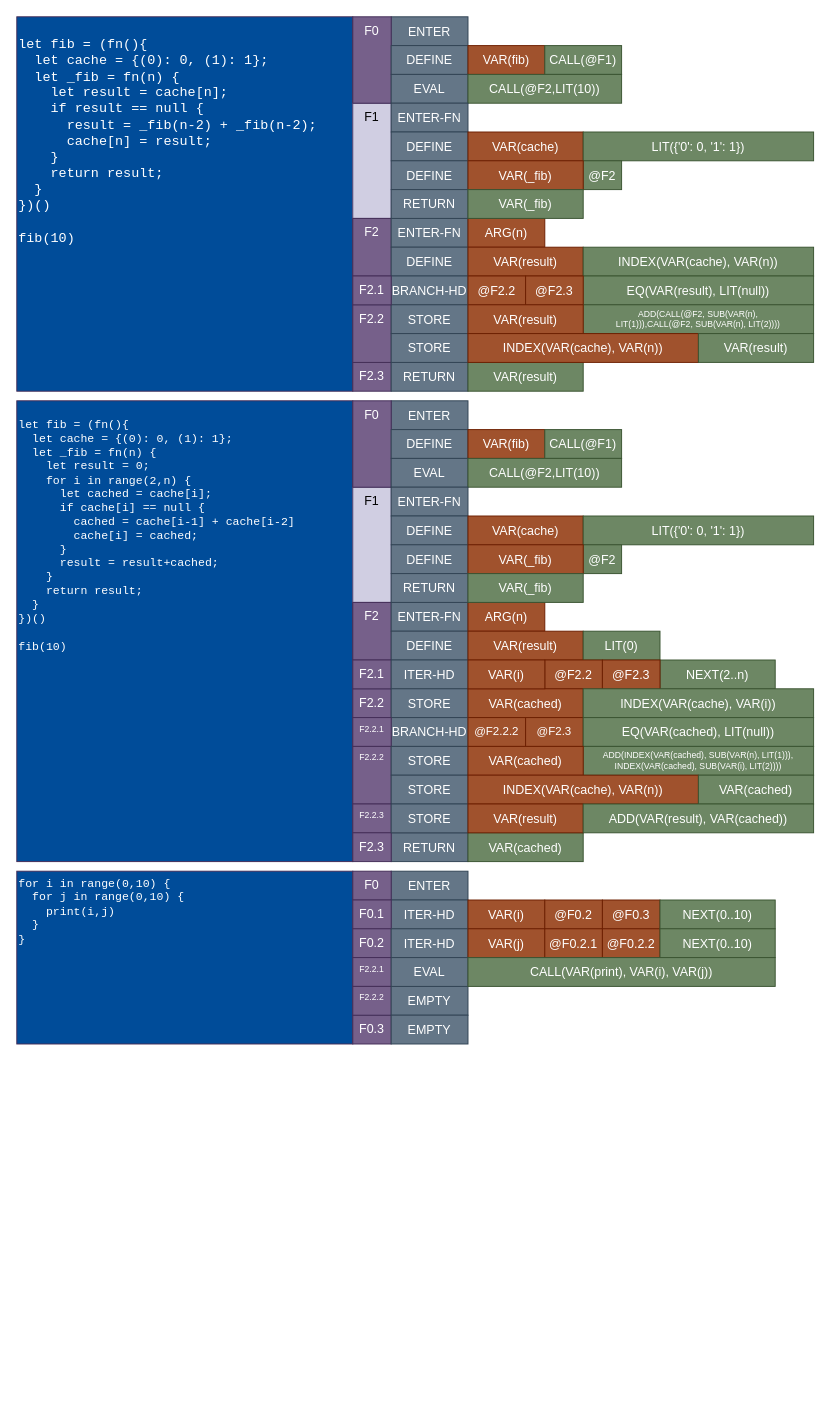
Earlier version of the draw.io diagram Untitled Diagram.drawio (mccolljr/lx). Source tidied: cells renumbered, new cells numbered last; positions are measured from the earlier drawing's top-left corner, leaving out a move shared by most shapes. Both pictures are drawn from the tidied source at 96%, with x=0, y=0 at pixel (16, 16).
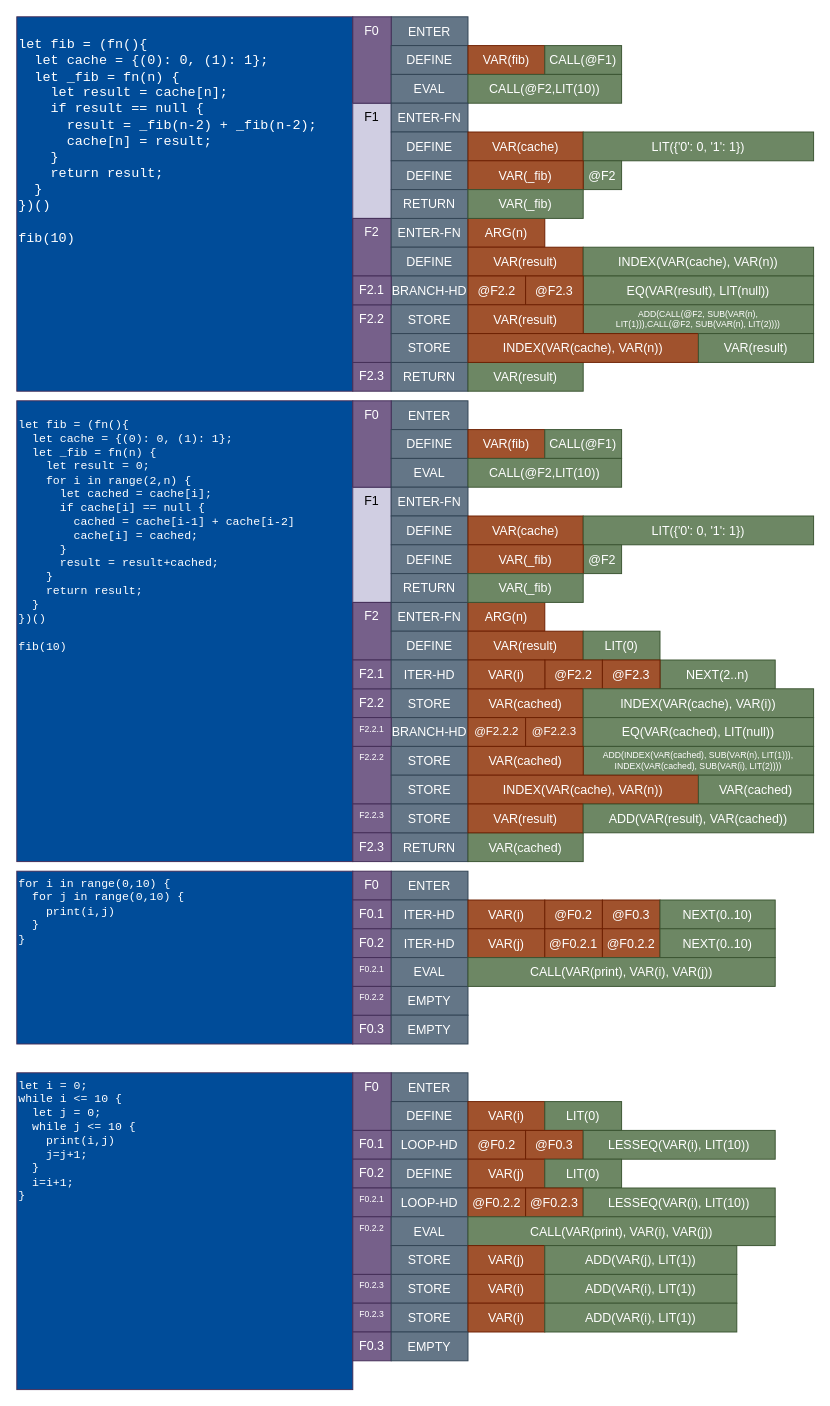
The same page after the edit.

The edit, as a diff of the source:
```diff
@@
-    <mxCell id="78" value="@F2.3" style="rounded=0;whiteSpace=wrap;html=1;labelBackgroundColor=none;fontFamily=Fira Code;fontSize=12;fillColor=#a0522d;strokeColor=#6D1F00;fontColor=#ffffff;" parent="1" vertex="1">
+    <mxCell id="78" value="@F2.2.3" style="rounded=0;whiteSpace=wrap;html=1;labelBackgroundColor=none;fontFamily=Fira Code;fontSize=12;fillColor=#a0522d;strokeColor=#6D1F00;fontColor=#ffffff;" parent="1" vertex="1">
       <mxGeometry x="530" y="730" width="60" height="30" as="geometry" />
     </mxCell>
@@
-    <mxCell id="108" value="F2.2.1" style="rounded=0;whiteSpace=wrap;html=1;labelBackgroundColor=none;fontFamily=Fira Code;fontSize=9;fillColor=#76608a;strokeColor=#432D57;fontColor=#ffffff;verticalAlign=top;" parent="1" vertex="1">
+    <mxCell id="108" value="F0.2.1" style="rounded=0;whiteSpace=wrap;html=1;labelBackgroundColor=none;fontFamily=Fira Code;fontSize=9;fillColor=#76608a;strokeColor=#432D57;fontColor=#ffffff;verticalAlign=top;" parent="1" vertex="1">
       <mxGeometry x="350" y="980" width="40" height="30" as="geometry" />
     </mxCell>
-    <mxCell id="109" value="F2.2.2" style="rounded=0;whiteSpace=wrap;html=1;labelBackgroundColor=none;fontFamily=Fira Code;fontSize=9;fillColor=#76608a;strokeColor=#432D57;fontColor=#ffffff;verticalAlign=top;" parent="1" vertex="1">
+    <mxCell id="109" value="F0.2.2" style="rounded=0;whiteSpace=wrap;html=1;labelBackgroundColor=none;fontFamily=Fira Code;fontSize=9;fillColor=#76608a;strokeColor=#432D57;fontColor=#ffffff;verticalAlign=top;" parent="1" vertex="1">
       <mxGeometry x="350" y="1010" width="40" height="30" as="geometry" />
     </mxCell>
@@
+    <mxCell id="116" value="&lt;div&gt;let i = 0;&lt;/div&gt;&lt;div&gt;while i &amp;lt;= 10 {&lt;/div&gt;&lt;div&gt;&amp;nbsp; let j = 0;&lt;/div&gt;&lt;div&gt;&amp;nbsp; while j &amp;lt;= 10 {&lt;/div&gt;&lt;div&gt;&amp;nbsp;&amp;nbsp;&amp;nbsp; print(i,j)&lt;/div&gt;&lt;div&gt;&amp;nbsp;&amp;nbsp;&amp;nbsp; j=j+1;&lt;/div&gt;&lt;div&gt;&amp;nbsp; }&lt;/div&gt;&lt;div&gt;&amp;nbsp; i=i+1;&lt;/div&gt;&lt;div&gt;}&lt;br&gt;&lt;/div&gt;" style="rounded=0;whiteSpace=wrap;html=1;fontFamily=Courier New;labelBackgroundColor=none;strokeColor=#432D57;align=left;verticalAlign=top;fontSize=12;fontColor=#ffffff;glass=0;sketch=0;shadow=0;fillColor=#004C99;" parent="1" vertex="1">
+      <mxGeometry y="1100" width="350" height="330" as="geometry" />
+    </mxCell>
+    <mxCell id="117" value="ENTER" style="rounded=0;whiteSpace=wrap;html=1;labelBackgroundColor=none;fontFamily=Fira Code;fontSize=13;fillColor=#647687;strokeColor=#314354;fontColor=#ffffff;" parent="1" vertex="1">
+      <mxGeometry x="390" y="1100" width="80" height="30" as="geometry" />
+    </mxCell>
+    <mxCell id="118" value="F0" style="rounded=0;whiteSpace=wrap;html=1;labelBackgroundColor=none;fontFamily=Fira Code;fontSize=13;fillColor=#76608a;strokeColor=#432D57;fontColor=#ffffff;verticalAlign=top;" parent="1" vertex="1">
+      <mxGeometry x="350" y="1100" width="40" height="60" as="geometry" />
+    </mxCell>
+    <mxCell id="119" value="DEFINE" style="rounded=0;whiteSpace=wrap;html=1;labelBackgroundColor=none;fontFamily=Fira Code;fontSize=13;fillColor=#647687;strokeColor=#314354;fontColor=#ffffff;" parent="1" vertex="1">
+      <mxGeometry x="390" y="1130" width="80" height="30" as="geometry" />
+    </mxCell>
+    <mxCell id="120" value="VAR(i)" style="rounded=0;whiteSpace=wrap;html=1;labelBackgroundColor=none;fontFamily=Fira Code;fontSize=13;fillColor=#a0522d;strokeColor=#6D1F00;fontColor=#ffffff;" parent="1" vertex="1">
+      <mxGeometry x="470" y="1130" width="80" height="30" as="geometry" />
+    </mxCell>
+    <mxCell id="121" value="LIT(0)" style="rounded=0;whiteSpace=wrap;html=1;labelBackgroundColor=none;fontFamily=Fira Code;fontSize=13;fillColor=#6d8764;strokeColor=#3A5431;fontColor=#ffffff;" parent="1" vertex="1">
+      <mxGeometry x="550" y="1130" width="80" height="30" as="geometry" />
+    </mxCell>
+    <mxCell id="122" value="LOOP-HD" style="rounded=0;whiteSpace=wrap;html=1;labelBackgroundColor=none;fontFamily=Fira Code;fontSize=13;fillColor=#647687;strokeColor=#314354;fontColor=#ffffff;" parent="1" vertex="1">
+      <mxGeometry x="390" y="1160" width="80" height="30" as="geometry" />
+    </mxCell>
+    <mxCell id="123" value="F0.1" style="rounded=0;whiteSpace=wrap;html=1;labelBackgroundColor=none;fontFamily=Fira Code;fontSize=13;fillColor=#76608a;strokeColor=#432D57;fontColor=#ffffff;verticalAlign=top;" parent="1" vertex="1">
+      <mxGeometry x="350" y="1160" width="40" height="30" as="geometry" />
+    </mxCell>
+    <mxCell id="124" value="@F0.2" style="rounded=0;whiteSpace=wrap;html=1;labelBackgroundColor=none;fontFamily=Fira Code;fontSize=13;fillColor=#a0522d;strokeColor=#6D1F00;fontColor=#ffffff;" parent="1" vertex="1">
+      <mxGeometry x="470" y="1160" width="60" height="30" as="geometry" />
+    </mxCell>
+    <mxCell id="125" value="@F0.3" style="rounded=0;whiteSpace=wrap;html=1;labelBackgroundColor=none;fontFamily=Fira Code;fontSize=13;fillColor=#a0522d;strokeColor=#6D1F00;fontColor=#ffffff;" parent="1" vertex="1">
+      <mxGeometry x="530" y="1160" width="60" height="30" as="geometry" />
+    </mxCell>
+    <mxCell id="126" value="LESSEQ(VAR(i), LIT(10))" style="rounded=0;whiteSpace=wrap;html=1;labelBackgroundColor=none;fontFamily=Fira Code;fontSize=13;fillColor=#6d8764;strokeColor=#3A5431;fontColor=#ffffff;" parent="1" vertex="1">
+      <mxGeometry x="590" y="1160" width="200" height="30" as="geometry" />
+    </mxCell>
+    <mxCell id="127" value="F0.2" style="rounded=0;whiteSpace=wrap;html=1;labelBackgroundColor=none;fontFamily=Fira Code;fontSize=13;fillColor=#76608a;strokeColor=#432D57;fontColor=#ffffff;verticalAlign=top;" parent="1" vertex="1">
+      <mxGeometry x="350" y="1190" width="40" height="30" as="geometry" />
+    </mxCell>
+    <mxCell id="128" value="DEFINE" style="rounded=0;whiteSpace=wrap;html=1;labelBackgroundColor=none;fontFamily=Fira Code;fontSize=13;fillColor=#647687;strokeColor=#314354;fontColor=#ffffff;" parent="1" vertex="1">
+      <mxGeometry x="390" y="1190" width="80" height="30" as="geometry" />
+    </mxCell>
+    <mxCell id="129" value="VAR(j)" style="rounded=0;whiteSpace=wrap;html=1;labelBackgroundColor=none;fontFamily=Fira Code;fontSize=13;fillColor=#a0522d;strokeColor=#6D1F00;fontColor=#ffffff;" parent="1" vertex="1">
+      <mxGeometry x="470" y="1190" width="80" height="30" as="geometry" />
+    </mxCell>
+    <mxCell id="130" value="LIT(0)" style="rounded=0;whiteSpace=wrap;html=1;labelBackgroundColor=none;fontFamily=Fira Code;fontSize=13;fillColor=#6d8764;strokeColor=#3A5431;fontColor=#ffffff;" parent="1" vertex="1">
+      <mxGeometry x="550" y="1190" width="80" height="30" as="geometry" />
+    </mxCell>
+    <mxCell id="131" value="LOOP-HD" style="rounded=0;whiteSpace=wrap;html=1;labelBackgroundColor=none;fontFamily=Fira Code;fontSize=13;fillColor=#647687;strokeColor=#314354;fontColor=#ffffff;" parent="1" vertex="1">
+      <mxGeometry x="390" y="1220" width="80" height="30" as="geometry" />
+    </mxCell>
+    <mxCell id="132" value="@F0.2.2" style="rounded=0;whiteSpace=wrap;html=1;labelBackgroundColor=none;fontFamily=Fira Code;fontSize=13;fillColor=#a0522d;strokeColor=#6D1F00;fontColor=#ffffff;" parent="1" vertex="1">
+      <mxGeometry x="470" y="1220" width="60" height="30" as="geometry" />
+    </mxCell>
+    <mxCell id="133" value="@F0.2.3" style="rounded=0;whiteSpace=wrap;html=1;labelBackgroundColor=none;fontFamily=Fira Code;fontSize=13;fillColor=#a0522d;strokeColor=#6D1F00;fontColor=#ffffff;" parent="1" vertex="1">
+      <mxGeometry x="530" y="1220" width="60" height="30" as="geometry" />
+    </mxCell>
+    <mxCell id="134" value="LESSEQ(VAR(i), LIT(10))" style="rounded=0;whiteSpace=wrap;html=1;labelBackgroundColor=none;fontFamily=Fira Code;fontSize=13;fillColor=#6d8764;strokeColor=#3A5431;fontColor=#ffffff;" parent="1" vertex="1">
+      <mxGeometry x="590" y="1220" width="200" height="30" as="geometry" />
+    </mxCell>
+    <mxCell id="135" value="F0.2.1" style="rounded=0;whiteSpace=wrap;html=1;labelBackgroundColor=none;fontFamily=Fira Code;fontSize=9;fillColor=#76608a;strokeColor=#432D57;fontColor=#ffffff;verticalAlign=top;" parent="1" vertex="1">
+      <mxGeometry x="350" y="1220" width="40" height="30" as="geometry" />
+    </mxCell>
+    <mxCell id="136" value="F0.2.2" style="rounded=0;whiteSpace=wrap;html=1;labelBackgroundColor=none;fontFamily=Fira Code;fontSize=9;fillColor=#76608a;strokeColor=#432D57;fontColor=#ffffff;verticalAlign=top;" parent="1" vertex="1">
+      <mxGeometry x="350" y="1250" width="40" height="60" as="geometry" />
+    </mxCell>
+    <mxCell id="137" value="EVAL" style="rounded=0;whiteSpace=wrap;html=1;labelBackgroundColor=none;fontFamily=Fira Code;fontSize=13;fillColor=#647687;strokeColor=#314354;fontColor=#ffffff;" parent="1" vertex="1">
+      <mxGeometry x="390" y="1250" width="80" height="30" as="geometry" />
+    </mxCell>
+    <mxCell id="138" value="&lt;div&gt;CALL(VAR(print), VAR(i), VAR(j))&lt;/div&gt;" style="rounded=0;whiteSpace=wrap;html=1;labelBackgroundColor=none;fontFamily=Fira Code;fontSize=13;fillColor=#6d8764;strokeColor=#3A5431;fontColor=#ffffff;" parent="1" vertex="1">
+      <mxGeometry x="470" y="1250" width="320" height="30" as="geometry" />
+    </mxCell>
+    <mxCell id="139" value="STORE" style="rounded=0;whiteSpace=wrap;html=1;labelBackgroundColor=none;fontFamily=Fira Code;fontSize=13;fillColor=#647687;strokeColor=#314354;fontColor=#ffffff;" parent="1" vertex="1">
+      <mxGeometry x="390" y="1280" width="80" height="30" as="geometry" />
+    </mxCell>
+    <mxCell id="140" value="VAR(j)" style="rounded=0;whiteSpace=wrap;html=1;labelBackgroundColor=none;fontFamily=Fira Code;fontSize=13;fillColor=#a0522d;strokeColor=#6D1F00;fontColor=#ffffff;" parent="1" vertex="1">
+      <mxGeometry x="470" y="1280" width="80" height="30" as="geometry" />
+    </mxCell>
+    <mxCell id="141" value="ADD(VAR(j), LIT(1))" style="rounded=0;whiteSpace=wrap;html=1;labelBackgroundColor=none;fontFamily=Fira Code;fontSize=13;fillColor=#6d8764;strokeColor=#3A5431;fontColor=#ffffff;" parent="1" vertex="1">
+      <mxGeometry x="550" y="1280" width="200" height="30" as="geometry" />
+    </mxCell>
+    <mxCell id="142" value="F0.2.3" style="rounded=0;whiteSpace=wrap;html=1;labelBackgroundColor=none;fontFamily=Fira Code;fontSize=9;fillColor=#76608a;strokeColor=#432D57;fontColor=#ffffff;verticalAlign=top;" parent="1" vertex="1">
+      <mxGeometry x="350" y="1310" width="40" height="30" as="geometry" />
+    </mxCell>
+    <mxCell id="143" value="STORE" style="rounded=0;whiteSpace=wrap;html=1;labelBackgroundColor=none;fontFamily=Fira Code;fontSize=13;fillColor=#647687;strokeColor=#314354;fontColor=#ffffff;" parent="1" vertex="1">
+      <mxGeometry x="390" y="1310" width="80" height="30" as="geometry" />
+    </mxCell>
+    <mxCell id="144" value="VAR(i)" style="rounded=0;whiteSpace=wrap;html=1;labelBackgroundColor=none;fontFamily=Fira Code;fontSize=13;fillColor=#a0522d;strokeColor=#6D1F00;fontColor=#ffffff;" parent="1" vertex="1">
+      <mxGeometry x="470" y="1310" width="80" height="30" as="geometry" />
+    </mxCell>
+    <mxCell id="145" value="ADD(VAR(i), LIT(1))" style="rounded=0;whiteSpace=wrap;html=1;labelBackgroundColor=none;fontFamily=Fira Code;fontSize=13;fillColor=#6d8764;strokeColor=#3A5431;fontColor=#ffffff;" parent="1" vertex="1">
+      <mxGeometry x="550" y="1310" width="200" height="30" as="geometry" />
+    </mxCell>
+    <mxCell id="146" value="F0.2.3" style="rounded=0;whiteSpace=wrap;html=1;labelBackgroundColor=none;fontFamily=Fira Code;fontSize=9;fillColor=#76608a;strokeColor=#432D57;fontColor=#ffffff;verticalAlign=top;" parent="1" vertex="1">
+      <mxGeometry x="350" y="1340" width="40" height="30" as="geometry" />
+    </mxCell>
+    <mxCell id="147" value="STORE" style="rounded=0;whiteSpace=wrap;html=1;labelBackgroundColor=none;fontFamily=Fira Code;fontSize=13;fillColor=#647687;strokeColor=#314354;fontColor=#ffffff;" parent="1" vertex="1">
+      <mxGeometry x="390" y="1340" width="80" height="30" as="geometry" />
+    </mxCell>
+    <mxCell id="148" value="VAR(i)" style="rounded=0;whiteSpace=wrap;html=1;labelBackgroundColor=none;fontFamily=Fira Code;fontSize=13;fillColor=#a0522d;strokeColor=#6D1F00;fontColor=#ffffff;" parent="1" vertex="1">
+      <mxGeometry x="470" y="1340" width="80" height="30" as="geometry" />
+    </mxCell>
+    <mxCell id="149" value="ADD(VAR(i), LIT(1))" style="rounded=0;whiteSpace=wrap;html=1;labelBackgroundColor=none;fontFamily=Fira Code;fontSize=13;fillColor=#6d8764;strokeColor=#3A5431;fontColor=#ffffff;" parent="1" vertex="1">
+      <mxGeometry x="550" y="1340" width="200" height="30" as="geometry" />
+    </mxCell>
+    <mxCell id="150" value="F0.3" style="rounded=0;whiteSpace=wrap;html=1;labelBackgroundColor=none;fontFamily=Fira Code;fontSize=13;fillColor=#76608a;strokeColor=#432D57;fontColor=#ffffff;verticalAlign=top;" parent="1" vertex="1">
+      <mxGeometry x="350" y="1370" width="40" height="30" as="geometry" />
+    </mxCell>
+    <mxCell id="151" value="EMPTY" style="rounded=0;whiteSpace=wrap;html=1;labelBackgroundColor=none;fontFamily=Fira Code;fontSize=13;fillColor=#647687;strokeColor=#314354;fontColor=#ffffff;" parent="1" vertex="1">
+      <mxGeometry x="390" y="1370" width="80" height="30" as="geometry" />
+    </mxCell>
```
